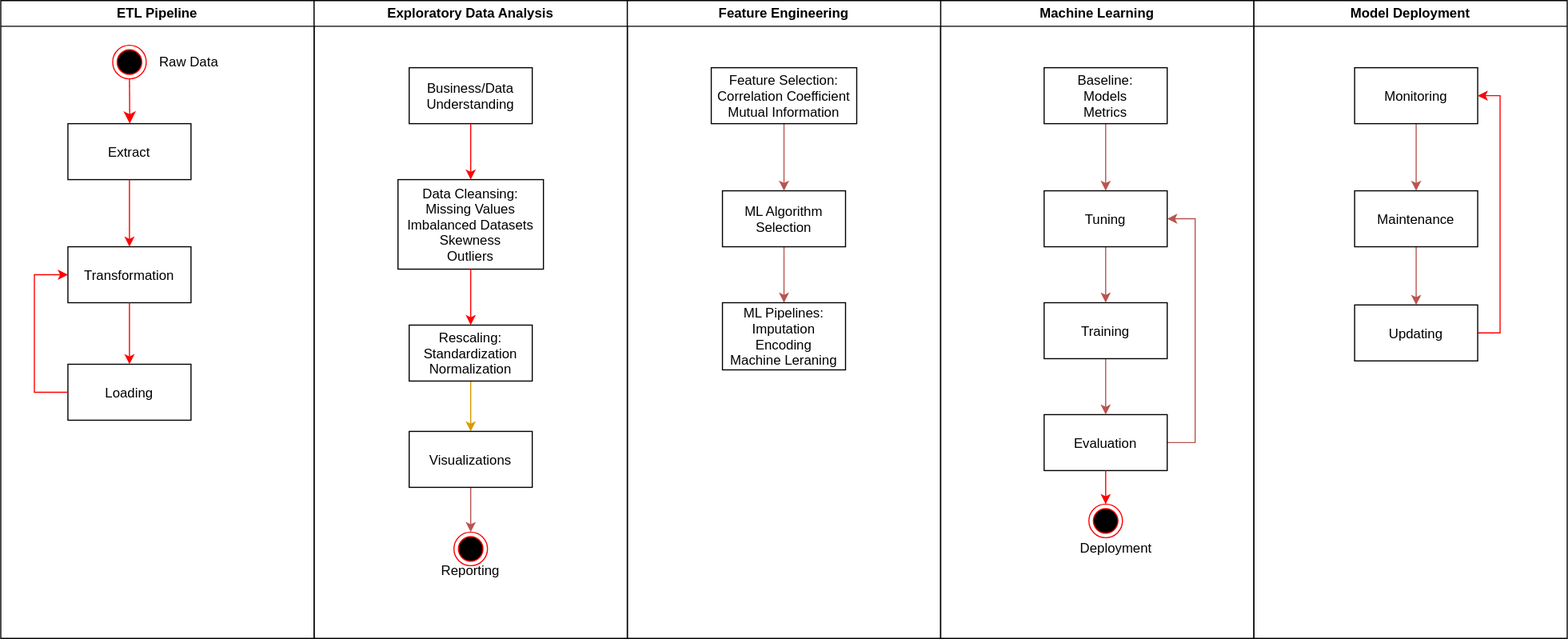
ZacksAmber/Flowcharts keeps this draw.io diagram as general_machine_learning.svg. Above is the earlier version. Source tidied: cells renumbered, new cells last; positions are measured from the earlier drawing's top-left corner, leaving out a move shared by most shapes. The source it was exported from:
```xml
<mxGraphModel>
  <root>
    <mxCell id="0" />
    <mxCell id="1" parent="0" />
    <mxCell id="2" value="ETL Pipeline" style="swimlane;whiteSpace=wrap;" parent="1" vertex="1">
      <mxGeometry width="280" height="570" as="geometry" />
    </mxCell>
    <mxCell id="3" style="edgeStyle=elbowEdgeStyle;elbow=horizontal;verticalAlign=bottom;endArrow=classic;endSize=8;strokeColor=#FF0000;endFill=1;rounded=0;" parent="2" edge="1" target="4">
      <mxGeometry x="100" y="40" as="geometry">
        <mxPoint x="115" y="70" as="sourcePoint" />
      </mxGeometry>
    </mxCell>
    <mxCell id="4" value="Extract" parent="2" vertex="1">
      <mxGeometry x="60" y="110" width="110" height="50" as="geometry" />
    </mxCell>
    <mxCell id="5" value="Transformation" parent="2" vertex="1">
      <mxGeometry x="60" y="220" width="110" height="50" as="geometry" />
    </mxCell>
    <mxCell id="6" style="endArrow=classic;strokeColor=#FF0000;endFill=1;rounded=0;edgeStyle=orthogonalEdgeStyle;" parent="2" edge="1" source="4" target="5">
      <mxGeometry relative="1" as="geometry" />
    </mxCell>
    <mxCell id="7" value="Loading" parent="2" vertex="1">
      <mxGeometry x="60" y="325" width="110" height="50" as="geometry" />
    </mxCell>
    <mxCell id="8" style="endArrow=classic;strokeColor=#FF0000;endFill=1;rounded=0;edgeStyle=orthogonalEdgeStyle;" parent="2" edge="1" source="5" target="7">
      <mxGeometry relative="1" as="geometry" />
    </mxCell>
    <mxCell id="9" style="edgeStyle=elbowEdgeStyle;elbow=horizontal;strokeColor=#FF0000;endArrow=classic;endFill=1;rounded=0;entryX=0;entryY=0.5;entryDx=0;entryDy=0;" parent="2" edge="1" source="7" target="5">
      <mxGeometry relative="1" as="geometry">
        <Array as="points">
          <mxPoint x="30" y="250" />
        </Array>
      </mxGeometry>
    </mxCell>
    <mxCell id="10" value="Raw Data" style="text;html=1;align=left;verticalAlign=middle;fillColor=none;strokeColor=none;rounded=0;" parent="2" vertex="1">
      <mxGeometry x="140" y="45" width="70" height="20" as="geometry" />
    </mxCell>
    <mxCell id="11" style="ellipse;shape=endState;fillColor=#000000;strokeColor=#ff0000;" parent="2" vertex="1">
      <mxGeometry x="100" y="40" width="30" height="30" as="geometry" />
    </mxCell>
    <mxCell id="12" value="Exploratory Data Analysis" style="swimlane;whiteSpace=wrap;" parent="1" vertex="1">
      <mxGeometry x="280" width="280" height="570" as="geometry" />
    </mxCell>
    <mxCell id="13" value="Business/Data&#10;Understanding" parent="12" vertex="1">
      <mxGeometry x="85" y="60" width="110" height="50" as="geometry" />
    </mxCell>
    <mxCell id="14" value="Data Cleansing:&#10;Missing Values&#10;Imbalanced Datasets&#10;Skewness&#10;Outliers" style="align=center;" parent="12" vertex="1">
      <mxGeometry x="75" y="160" width="130" height="80" as="geometry" />
    </mxCell>
    <mxCell id="15" style="endArrow=classic;strokeColor=#FF0000;endFill=1;rounded=0;edgeStyle=orthogonalEdgeStyle;" parent="12" edge="1" source="13" target="14">
      <mxGeometry relative="1" as="geometry" />
    </mxCell>
    <mxCell id="16" style="edgeStyle=orthogonalEdgeStyle;rounded=0;jettySize=auto;html=1;fillColor=#ffe6cc;strokeColor=#d79b00;" parent="12" edge="1" source="17" target="21">
      <mxGeometry relative="1" as="geometry" />
    </mxCell>
    <mxCell id="17" value="Rescaling:&#10;Standardization&#10;Normalization" parent="12" vertex="1">
      <mxGeometry x="85" y="290" width="110" height="50" as="geometry" />
    </mxCell>
    <mxCell id="18" style="endArrow=classic;strokeColor=#FF0000;endFill=1;rounded=0;edgeStyle=orthogonalEdgeStyle;" parent="12" edge="1" source="14" target="17">
      <mxGeometry relative="1" as="geometry" />
    </mxCell>
    <mxCell id="19" value="&lt;div style=&quot;text-align: left&quot;&gt;&lt;br&gt;&lt;/div&gt;" style="text;html=1;align=center;verticalAlign=middle;fillColor=none;strokeColor=none;rounded=0;" parent="12" vertex="1">
      <mxGeometry x="182" y="230" width="20" height="30" as="geometry" />
    </mxCell>
    <mxCell id="20" style="edgeStyle=orthogonalEdgeStyle;rounded=0;jettySize=auto;html=1;fillColor=#f8cecc;strokeColor=#b85450;entryX=0.5;entryY=0;entryDx=0;entryDy=0;" parent="12" edge="1" source="21" target="23">
      <mxGeometry relative="1" as="geometry" />
    </mxCell>
    <mxCell id="21" value="Visualizations" parent="12" vertex="1">
      <mxGeometry x="85" y="385" width="110" height="50" as="geometry" />
    </mxCell>
    <mxCell id="22" value="Reporting" style="text;html=1;align=left;verticalAlign=middle;fillColor=none;strokeColor=none;rounded=0;" parent="12" vertex="1">
      <mxGeometry x="112" y="500" width="70" height="20" as="geometry" />
    </mxCell>
    <mxCell id="23" style="ellipse;shape=endState;fillColor=#000000;strokeColor=#ff0000;" parent="12" vertex="1">
      <mxGeometry x="125" y="475" width="30" height="30" as="geometry" />
    </mxCell>
    <mxCell id="24" value="Machine Learning" style="swimlane;whiteSpace=wrap;" parent="1" vertex="1">
      <mxGeometry x="840" width="280" height="570" as="geometry" />
    </mxCell>
    <mxCell id="25" style="edgeStyle=orthogonalEdgeStyle;rounded=0;jettySize=auto;html=1;entryX=1;entryY=0.5;entryDx=0;entryDy=0;exitX=1;exitY=0.5;exitDx=0;exitDy=0;fillColor=#f8cecc;strokeColor=#b85450;" parent="24" edge="1" source="26" target="34">
      <mxGeometry relative="1" as="geometry">
        <Array as="points">
          <mxPoint x="227.5" y="395" />
          <mxPoint x="227.5" y="195" />
        </Array>
      </mxGeometry>
    </mxCell>
    <mxCell id="26" value="Evaluation" parent="24" vertex="1">
      <mxGeometry x="92.5" y="370" width="110" height="50" as="geometry" />
    </mxCell>
    <mxCell id="27" style="ellipse;shape=endState;fillColor=#000000;strokeColor=#ff0000;" parent="24" vertex="1">
      <mxGeometry x="132.5" y="450" width="30" height="30" as="geometry" />
    </mxCell>
    <mxCell id="28" style="endArrow=classic;strokeColor=#FF0000;endFill=1;rounded=0;edgeStyle=orthogonalEdgeStyle;" parent="24" edge="1" source="26" target="27">
      <mxGeometry relative="1" as="geometry" />
    </mxCell>
    <mxCell id="29" style="edgeStyle=orthogonalEdgeStyle;rounded=0;jettySize=auto;html=1;fillColor=#f8cecc;strokeColor=#b85450;" parent="24" edge="1" source="30" target="34">
      <mxGeometry relative="1" as="geometry" />
    </mxCell>
    <mxCell id="30" value="Baseline:&#10;Models&#10;Metrics" parent="24" vertex="1">
      <mxGeometry x="92.5" y="60" width="110" height="50" as="geometry" />
    </mxCell>
    <mxCell id="31" style="edgeStyle=orthogonalEdgeStyle;rounded=0;jettySize=auto;html=1;fillColor=#f8cecc;strokeColor=#b85450;" parent="24" edge="1" source="32" target="26">
      <mxGeometry relative="1" as="geometry" />
    </mxCell>
    <mxCell id="32" value="Training" parent="24" vertex="1">
      <mxGeometry x="92.5" y="270" width="110" height="50" as="geometry" />
    </mxCell>
    <mxCell id="33" style="edgeStyle=orthogonalEdgeStyle;rounded=0;jettySize=auto;html=1;fillColor=#f8cecc;strokeColor=#b85450;" parent="24" edge="1" source="34" target="32">
      <mxGeometry relative="1" as="geometry" />
    </mxCell>
    <mxCell id="34" value="Tuning" parent="24" vertex="1">
      <mxGeometry x="92.5" y="170" width="110" height="50" as="geometry" />
    </mxCell>
    <mxCell id="35" value="&lt;div&gt;Deployment&lt;/div&gt;" style="text;html=1;align=left;verticalAlign=middle;fillColor=none;strokeColor=none;rounded=0;" parent="24" vertex="1">
      <mxGeometry x="122.5" y="480" width="80" height="20" as="geometry" />
    </mxCell>
    <mxCell id="36" value="Feature Engineering" style="swimlane;whiteSpace=wrap;" parent="1" vertex="1">
      <mxGeometry x="560" width="280" height="570" as="geometry" />
    </mxCell>
    <mxCell id="37" style="edgeStyle=orthogonalEdgeStyle;rounded=0;jettySize=auto;html=1;fillColor=#f8cecc;strokeColor=#b85450;" parent="36" edge="1" source="38" target="39">
      <mxGeometry relative="1" as="geometry" />
    </mxCell>
    <mxCell id="38" value="ML Algorithm&#10;Selection" parent="36" vertex="1">
      <mxGeometry x="85" y="170" width="110" height="50" as="geometry" />
    </mxCell>
    <mxCell id="39" value="ML Pipelines:&#10;Imputation&#10;Encoding&#10;Machine Leraning" style="align=center;" parent="36" vertex="1">
      <mxGeometry x="85" y="270" width="110" height="60" as="geometry" />
    </mxCell>
    <mxCell id="40" style="edgeStyle=orthogonalEdgeStyle;rounded=0;jettySize=auto;html=1;fillColor=#f8cecc;strokeColor=#b85450;" parent="36" edge="1" source="41" target="38">
      <mxGeometry relative="1" as="geometry" />
    </mxCell>
    <mxCell id="41" value="Feature Selection:&#10;Correlation Coefficient&#10;Mutual Information" parent="36" vertex="1">
      <mxGeometry x="75" y="60" width="130" height="50" as="geometry" />
    </mxCell>
    <mxCell id="42" value="Model Deployment" style="swimlane;whiteSpace=wrap;" parent="1" vertex="1">
      <mxGeometry x="1120" width="280" height="570" as="geometry" />
    </mxCell>
    <mxCell id="43" style="edgeStyle=orthogonalEdgeStyle;rounded=0;jettySize=auto;html=1;fillColor=#f8cecc;strokeColor=#b85450;" parent="42" edge="1" source="44" target="46">
      <mxGeometry relative="1" as="geometry" />
    </mxCell>
    <mxCell id="44" value="Monitoring" parent="42" vertex="1">
      <mxGeometry x="90" y="60" width="110" height="50" as="geometry" />
    </mxCell>
    <mxCell id="45" style="edgeStyle=orthogonalEdgeStyle;rounded=0;jettySize=auto;html=1;fillColor=#f8cecc;strokeColor=#b85450;" parent="42" edge="1" source="46" target="48">
      <mxGeometry relative="1" as="geometry" />
    </mxCell>
    <mxCell id="46" value="Maintenance" parent="42" vertex="1">
      <mxGeometry x="90" y="170" width="110" height="50" as="geometry" />
    </mxCell>
    <mxCell id="47" style="edgeStyle=orthogonalEdgeStyle;rounded=0;jettySize=auto;html=1;exitX=1;exitY=0.5;exitDx=0;exitDy=0;entryX=1;entryY=0.5;entryDx=0;entryDy=0;strokeColor=#FF0000;" parent="42" edge="1" source="48" target="44">
      <mxGeometry relative="1" as="geometry" />
    </mxCell>
    <mxCell id="48" value="Updating" parent="42" vertex="1">
      <mxGeometry x="90" y="272" width="110" height="50" as="geometry" />
    </mxCell>
  </root>
</mxGraphModel>
```
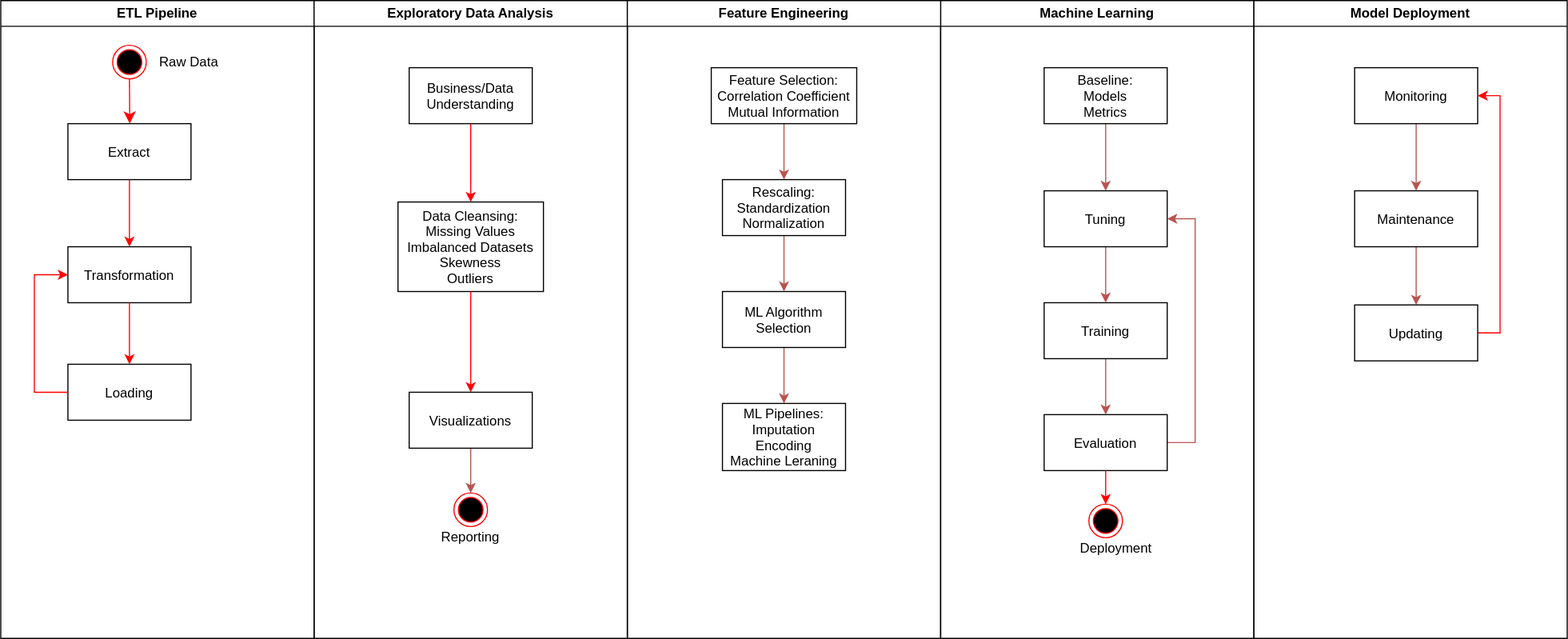
The same file after the commit.

Diff of the diagram source:
```diff
@@ -45,34 +45,30 @@
       <mxGeometry x="85" y="60" width="110" height="50" as="geometry" />
     </mxCell>
     <mxCell id="14" value="Data Cleansing:&#10;Missing Values&#10;Imbalanced Datasets&#10;Skewness&#10;Outliers" style="align=center;" parent="12" vertex="1">
-      <mxGeometry x="75" y="160" width="130" height="80" as="geometry" />
+      <mxGeometry x="75" y="180" width="130" height="80" as="geometry" />
     </mxCell>
     <mxCell id="15" style="endArrow=classic;strokeColor=#FF0000;endFill=1;rounded=0;edgeStyle=orthogonalEdgeStyle;" parent="12" edge="1" source="13" target="14">
       <mxGeometry relative="1" as="geometry" />
     </mxCell>
-    <mxCell id="16" style="edgeStyle=orthogonalEdgeStyle;rounded=0;jettySize=auto;html=1;fillColor=#ffe6cc;strokeColor=#d79b00;" parent="12" edge="1" source="17" target="21">
-      <mxGeometry relative="1" as="geometry" />
-    </mxCell>
-    <mxCell id="17" value="Rescaling:&#10;Standardization&#10;Normalization" parent="12" vertex="1">
-      <mxGeometry x="85" y="290" width="110" height="50" as="geometry" />
-    </mxCell>
-    <mxCell id="18" style="endArrow=classic;strokeColor=#FF0000;endFill=1;rounded=0;edgeStyle=orthogonalEdgeStyle;" parent="12" edge="1" source="14" target="17">
+    <mxCell id="18" style="endArrow=classic;strokeColor=#FF0000;endFill=1;rounded=0;edgeStyle=orthogonalEdgeStyle;entryX=0.5;entryY=0;entryDx=0;entryDy=0;" parent="12" edge="1" source="14" target="21">
       <mxGeometry relative="1" as="geometry" />
     </mxCell>
     <mxCell id="19" value="&lt;div style=&quot;text-align: left&quot;&gt;&lt;br&gt;&lt;/div&gt;" style="text;html=1;align=center;verticalAlign=middle;fillColor=none;strokeColor=none;rounded=0;" parent="12" vertex="1">
       <mxGeometry x="182" y="230" width="20" height="30" as="geometry" />
     </mxCell>
-    <mxCell id="20" style="edgeStyle=orthogonalEdgeStyle;rounded=0;jettySize=auto;html=1;fillColor=#f8cecc;strokeColor=#b85450;entryX=0.5;entryY=0;entryDx=0;entryDy=0;" parent="12" edge="1" source="21" target="23">
-      <mxGeometry relative="1" as="geometry" />
+    <mxCell id="20" style="edgeStyle=orthogonalEdgeStyle;rounded=0;jettySize=auto;html=1;fillColor=#f8cecc;strokeColor=#b85450;entryX=0.5;entryY=0;entryDx=0;entryDy=0;" parent="12" edge="1" source="21">
+      <mxGeometry relative="1" as="geometry">
+        <mxPoint x="140" y="440" as="targetPoint" />
+      </mxGeometry>
     </mxCell>
     <mxCell id="21" value="Visualizations" parent="12" vertex="1">
-      <mxGeometry x="85" y="385" width="110" height="50" as="geometry" />
+      <mxGeometry x="85" y="350" width="110" height="50" as="geometry" />
     </mxCell>
     <mxCell id="22" value="Reporting" style="text;html=1;align=left;verticalAlign=middle;fillColor=none;strokeColor=none;rounded=0;" parent="12" vertex="1">
-      <mxGeometry x="112" y="500" width="70" height="20" as="geometry" />
+      <mxGeometry x="112" y="470" width="70" height="20" as="geometry" />
     </mxCell>
     <mxCell id="23" style="ellipse;shape=endState;fillColor=#000000;strokeColor=#ff0000;" parent="12" vertex="1">
-      <mxGeometry x="125" y="475" width="30" height="30" as="geometry" />
+      <mxGeometry x="125" y="440" width="30" height="30" as="geometry" />
     </mxCell>
     <mxCell id="24" value="Machine Learning" style="swimlane;whiteSpace=wrap;" parent="1" vertex="1">
       <mxGeometry x="840" width="280" height="570" as="geometry" />
@@ -122,17 +118,23 @@
       <mxGeometry relative="1" as="geometry" />
     </mxCell>
     <mxCell id="38" value="ML Algorithm&#10;Selection" parent="36" vertex="1">
-      <mxGeometry x="85" y="170" width="110" height="50" as="geometry" />
+      <mxGeometry x="85" y="260" width="110" height="50" as="geometry" />
     </mxCell>
     <mxCell id="39" value="ML Pipelines:&#10;Imputation&#10;Encoding&#10;Machine Leraning" style="align=center;" parent="36" vertex="1">
-      <mxGeometry x="85" y="270" width="110" height="60" as="geometry" />
+      <mxGeometry x="85" y="360" width="110" height="60" as="geometry" />
     </mxCell>
-    <mxCell id="40" style="edgeStyle=orthogonalEdgeStyle;rounded=0;jettySize=auto;html=1;fillColor=#f8cecc;strokeColor=#b85450;" parent="36" edge="1" source="41" target="38">
-      <mxGeometry relative="1" as="geometry" />
-    </mxCell>
+    <mxCell id="49" style="edgeStyle=orthogonalEdgeStyle;rounded=0;jettySize=auto;html=1;strokeColor=#B85450;" parent="36" edge="1" source="41" target="17">
+      <mxGeometry relative="1" as="geometry" />
+    </mxCell>
     <mxCell id="41" value="Feature Selection:&#10;Correlation Coefficient&#10;Mutual Information" parent="36" vertex="1">
       <mxGeometry x="75" y="60" width="130" height="50" as="geometry" />
     </mxCell>
+    <mxCell id="50" style="edgeStyle=orthogonalEdgeStyle;rounded=0;jettySize=auto;html=1;strokeColor=#B85450;" parent="36" edge="1" source="17" target="38">
+      <mxGeometry relative="1" as="geometry" />
+    </mxCell>
+    <mxCell id="17" value="Rescaling:&#10;Standardization&#10;Normalization" parent="36" vertex="1">
+      <mxGeometry x="85" y="160" width="110" height="50" as="geometry" />
+    </mxCell>
     <mxCell id="42" value="Model Deployment" style="swimlane;whiteSpace=wrap;" parent="1" vertex="1">
       <mxGeometry x="1120" width="280" height="570" as="geometry" />
     </mxCell>
```
